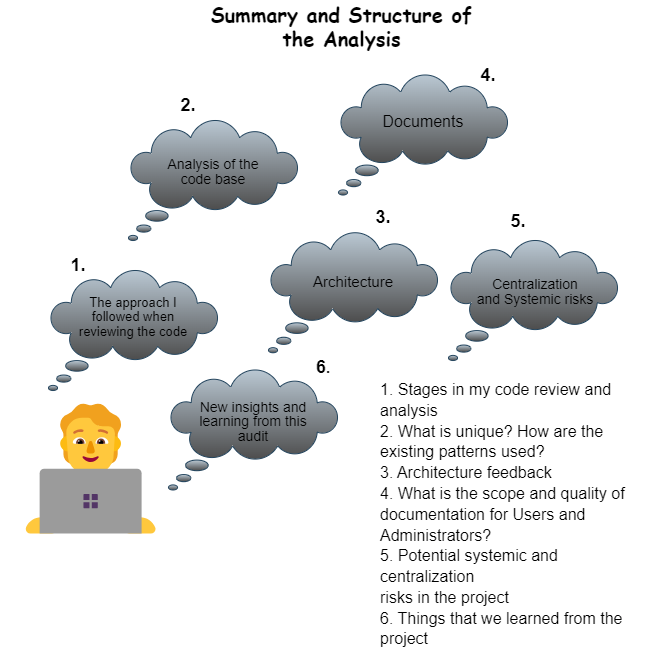
This is Dopex2.drawio.png from catellaTech/dopex, a draw.io export, as it was before one commit. Source tidied: cells renumbered, new cells last; positions are measured from the earlier drawing's top-left corner, leaving out a move shared by most shapes.
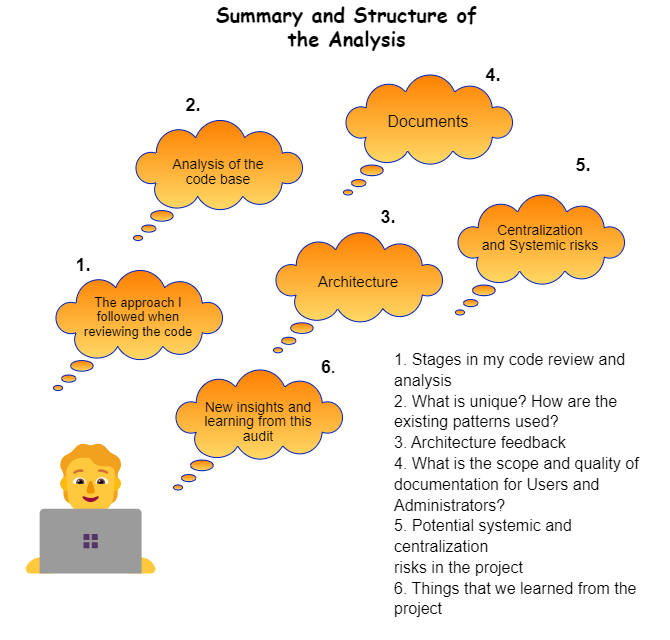
Later version of the same file.

The edit, as a diff of the source:
```diff
@@ -3,9 +3,9 @@
     <mxCell id="0" />
     <mxCell id="1" parent="0" />
     <mxCell id="2" value="&lt;span style=&quot;font-size: 132px;&quot;&gt;🧑‍💻&lt;/span&gt;" style="text;html=1;strokeColor=none;fillColor=none;align=center;verticalAlign=middle;whiteSpace=wrap;rounded=0;" parent="1" vertex="1">
-      <mxGeometry y="400" width="135" height="140" as="geometry" />
+      <mxGeometry x="-5" y="440" width="135" height="140" as="geometry" />
     </mxCell>
-    <mxCell id="3" style="whiteSpace=wrap;html=1;shape=mxgraph.basic.cloud_callout;fillColor=#bac8d3;strokeColor=#23445d;gradientColor=#4D4D4D;" parent="1" vertex="1">
+    <mxCell id="3" style="whiteSpace=wrap;html=1;shape=mxgraph.basic.cloud_callout;fillColor=#FF8000;strokeColor=#001DBC;fontColor=#ffffff;gradientColor=#FFD966;" parent="1" vertex="1">
       <mxGeometry x="25" y="270" width="170" height="120" as="geometry" />
     </mxCell>
     <mxCell id="4" value="&lt;font size=&quot;1&quot; style=&quot;&quot; face=&quot;Comic Sans MS&quot;&gt;&lt;b style=&quot;font-size: 20px;&quot;&gt;Summary and Structure of the Analysis&lt;/b&gt;&lt;/font&gt;" style="text;html=1;strokeColor=none;fillColor=none;align=center;verticalAlign=middle;whiteSpace=wrap;rounded=0;" parent="1" vertex="1">
@@ -17,7 +17,7 @@
     <mxCell id="6" value="&lt;font size=&quot;1&quot; style=&quot;&quot;&gt;&lt;b style=&quot;font-size: 18px;&quot;&gt;1.&lt;/b&gt;&lt;/font&gt;" style="text;html=1;strokeColor=none;fillColor=none;align=center;verticalAlign=middle;whiteSpace=wrap;rounded=0;" parent="1" vertex="1">
       <mxGeometry x="25" y="250" width="60" height="30" as="geometry" />
     </mxCell>
-    <mxCell id="7" style="whiteSpace=wrap;html=1;shape=mxgraph.basic.cloud_callout;fillColor=#bac8d3;strokeColor=#23445d;gradientColor=#4D4D4D;" parent="1" vertex="1">
+    <mxCell id="7" style="whiteSpace=wrap;html=1;shape=mxgraph.basic.cloud_callout;fillColor=#FF8000;strokeColor=#001DBC;gradientColor=#FFD966;fontColor=#ffffff;" parent="1" vertex="1">
       <mxGeometry x="105" y="120" width="170" height="120" as="geometry" />
     </mxCell>
     <mxCell id="8" value="&lt;p style=&quot;line-height: 110%;&quot;&gt;&lt;font style=&quot;font-size: 14px;&quot;&gt;Analysis of the code base&lt;/font&gt;&lt;br&gt;&lt;/p&gt;" style="text;html=1;strokeColor=none;fillColor=none;align=center;verticalAlign=middle;whiteSpace=wrap;rounded=0;" parent="1" vertex="1">
@@ -26,7 +26,7 @@
     <mxCell id="9" value="&lt;font size=&quot;1&quot; style=&quot;&quot;&gt;&lt;b style=&quot;font-size: 18px;&quot;&gt;2.&lt;/b&gt;&lt;/font&gt;" style="text;html=1;strokeColor=none;fillColor=none;align=center;verticalAlign=middle;whiteSpace=wrap;rounded=0;" parent="1" vertex="1">
       <mxGeometry x="135" y="90" width="60" height="30" as="geometry" />
     </mxCell>
-    <mxCell id="10" style="whiteSpace=wrap;html=1;shape=mxgraph.basic.cloud_callout;fillColor=#bac8d3;strokeColor=#23445d;gradientColor=#4D4D4D;" parent="1" vertex="1">
+    <mxCell id="10" style="whiteSpace=wrap;html=1;shape=mxgraph.basic.cloud_callout;fillColor=#FF8000;strokeColor=#001DBC;gradientColor=#FFD966;fontColor=#ffffff;" parent="1" vertex="1">
       <mxGeometry x="245" y="232.2" width="170" height="120" as="geometry" />
     </mxCell>
     <mxCell id="11" value="&lt;p style=&quot;line-height: 110%;&quot;&gt;&lt;font style=&quot;font-size: 15px;&quot;&gt;Architecture&lt;/font&gt;&lt;br&gt;&lt;/p&gt;" style="text;html=1;strokeColor=none;fillColor=none;align=center;verticalAlign=middle;whiteSpace=wrap;rounded=0;" parent="1" vertex="1">
@@ -35,7 +35,7 @@
     <mxCell id="12" value="&lt;font size=&quot;1&quot; style=&quot;&quot;&gt;&lt;b style=&quot;font-size: 18px;&quot;&gt;3.&lt;/b&gt;&lt;/font&gt;" style="text;html=1;strokeColor=none;fillColor=none;align=center;verticalAlign=middle;whiteSpace=wrap;rounded=0;" parent="1" vertex="1">
       <mxGeometry x="330" y="202.2" width="60" height="30" as="geometry" />
     </mxCell>
-    <mxCell id="13" style="whiteSpace=wrap;html=1;shape=mxgraph.basic.cloud_callout;fillColor=#bac8d3;strokeColor=#23445d;gradientColor=#4D4D4D;" parent="1" vertex="1">
+    <mxCell id="13" style="whiteSpace=wrap;html=1;shape=mxgraph.basic.cloud_callout;fillColor=#FF8000;strokeColor=#001DBC;gradientColor=#FFD966;fontColor=#ffffff;" parent="1" vertex="1">
       <mxGeometry x="315" y="74.5" width="170" height="120" as="geometry" />
     </mxCell>
     <mxCell id="14" value="&lt;p style=&quot;line-height: 110%;&quot;&gt;&lt;font style=&quot;font-size: 16px;&quot;&gt;Documents&lt;/font&gt;&lt;br&gt;&lt;/p&gt;" style="text;html=1;strokeColor=none;fillColor=none;align=center;verticalAlign=middle;whiteSpace=wrap;rounded=0;" parent="1" vertex="1">
@@ -44,16 +44,16 @@
     <mxCell id="15" value="&lt;font size=&quot;1&quot; style=&quot;&quot;&gt;&lt;b style=&quot;font-size: 18px;&quot;&gt;4.&lt;/b&gt;&lt;/font&gt;" style="text;html=1;strokeColor=none;fillColor=none;align=center;verticalAlign=middle;whiteSpace=wrap;rounded=0;" parent="1" vertex="1">
       <mxGeometry x="435" y="60" width="60" height="30" as="geometry" />
     </mxCell>
-    <mxCell id="16" style="whiteSpace=wrap;html=1;shape=mxgraph.basic.cloud_callout;fillColor=#bac8d3;strokeColor=#23445d;gradientColor=#4D4D4D;" parent="1" vertex="1">
-      <mxGeometry x="425" y="240" width="170" height="120" as="geometry" />
+    <mxCell id="16" style="whiteSpace=wrap;html=1;shape=mxgraph.basic.cloud_callout;fillColor=#FF8000;strokeColor=#001DBC;gradientColor=#FFD966;fontColor=#ffffff;" parent="1" vertex="1">
+      <mxGeometry x="427" y="194.5" width="170" height="120" as="geometry" />
     </mxCell>
     <mxCell id="17" value="&lt;p style=&quot;line-height: 110%;&quot;&gt;&lt;font style=&quot;font-size: 14px;&quot;&gt;Centralization and&amp;nbsp;Systemic risks&lt;/font&gt;&lt;br&gt;&lt;/p&gt;" style="text;html=1;strokeColor=none;fillColor=none;align=center;verticalAlign=middle;whiteSpace=wrap;rounded=0;" parent="1" vertex="1">
-      <mxGeometry x="452" y="270" width="120" height="44.5" as="geometry" />
+      <mxGeometry x="452" y="215.5" width="120" height="44.5" as="geometry" />
     </mxCell>
     <mxCell id="18" value="&lt;font size=&quot;1&quot; style=&quot;&quot;&gt;&lt;b style=&quot;font-size: 18px;&quot;&gt;5.&lt;/b&gt;&lt;/font&gt;" style="text;html=1;strokeColor=none;fillColor=none;align=center;verticalAlign=middle;whiteSpace=wrap;rounded=0;" parent="1" vertex="1">
-      <mxGeometry x="465" y="205.5" width="60" height="30" as="geometry" />
+      <mxGeometry x="525" y="150" width="60" height="30" as="geometry" />
     </mxCell>
-    <mxCell id="19" style="whiteSpace=wrap;html=1;shape=mxgraph.basic.cloud_callout;fillColor=#bac8d3;strokeColor=#23445d;gradientColor=#4D4D4D;" parent="1" vertex="1">
+    <mxCell id="19" style="whiteSpace=wrap;html=1;shape=mxgraph.basic.cloud_callout;fillColor=#FF8000;strokeColor=#001DBC;gradientColor=#FFD966;fontColor=#ffffff;" parent="1" vertex="1">
       <mxGeometry x="145" y="369.5" width="170" height="120" as="geometry" />
     </mxCell>
     <mxCell id="20" value="&lt;font style=&quot;&quot;&gt;&lt;b style=&quot;&quot;&gt;&lt;font style=&quot;font-size: 18px;&quot;&gt;6&lt;/font&gt;&lt;span style=&quot;font-size: 15px;&quot;&gt;.&lt;/span&gt;&lt;/b&gt;&lt;/font&gt;" style="text;html=1;strokeColor=none;fillColor=none;align=center;verticalAlign=middle;whiteSpace=wrap;rounded=0;" parent="1" vertex="1">
@@ -63,7 +63,7 @@
       <mxGeometry x="170" y="400" width="120" height="44.5" as="geometry" />
     </mxCell>
     <mxCell id="22" value="&lt;div style=&quot;text-align: left; font-size: 16px; line-height: 130%;&quot;&gt;&lt;font style=&quot;font-size: 16px;&quot;&gt;&lt;span style=&quot;background-color: initial;&quot;&gt;1.&amp;nbsp;&lt;/span&gt;&lt;span style=&quot;background-color: initial;&quot;&gt;Stages in my code review and analysis&lt;/span&gt;&lt;/font&gt;&lt;/div&gt;&lt;div style=&quot;text-align: left; font-size: 16px; line-height: 130%;&quot;&gt;&lt;font style=&quot;font-size: 16px;&quot;&gt;&lt;span style=&quot;background-color: initial;&quot;&gt;2.&amp;nbsp;&lt;/span&gt;&lt;span style=&quot;background-color: initial;&quot;&gt;What is unique? How are the existing patterns used?&lt;/span&gt;&lt;/font&gt;&lt;/div&gt;&lt;div style=&quot;text-align: left; font-size: 16px; line-height: 130%;&quot;&gt;&lt;font style=&quot;font-size: 16px;&quot;&gt;&lt;span style=&quot;background-color: initial;&quot;&gt;3.&amp;nbsp;&lt;/span&gt;&lt;span style=&quot;background-color: initial;&quot;&gt;Architecture feedback&lt;/span&gt;&lt;/font&gt;&lt;/div&gt;&lt;div style=&quot;text-align: left; font-size: 16px; line-height: 130%;&quot;&gt;&lt;font style=&quot;font-size: 16px;&quot;&gt;&lt;span style=&quot;background-color: initial;&quot;&gt;4.&amp;nbsp;&lt;/span&gt;&lt;span style=&quot;background-color: initial;&quot;&gt;What is the scope and quality of documentation for Users and Administrators?&lt;/span&gt;&lt;/font&gt;&lt;/div&gt;&lt;div style=&quot;text-align: left; font-size: 16px; line-height: 130%;&quot;&gt;&lt;font style=&quot;font-size: 16px;&quot;&gt;&lt;span style=&quot;background-color: initial;&quot;&gt;5.&amp;nbsp;Potential systemic and c&lt;/span&gt;&lt;span style=&quot;background-color: initial;&quot;&gt;entralization&amp;nbsp;&lt;/span&gt;&lt;/font&gt;&lt;/div&gt;&lt;div style=&quot;text-align: left; font-size: 16px; line-height: 130%;&quot;&gt;&lt;span style=&quot;background-color: initial;&quot;&gt;&lt;font style=&quot;font-size: 16px;&quot;&gt;risks in the project&lt;/font&gt;&lt;/span&gt;&lt;/div&gt;&lt;div style=&quot;text-align: left; font-size: 16px; line-height: 130%;&quot;&gt;&lt;font style=&quot;font-size: 16px;&quot;&gt;&lt;span style=&quot;background-color: initial;&quot;&gt;6.&amp;nbsp;&lt;/span&gt;&lt;span style=&quot;background-color: initial;&quot;&gt;Things that we learned from the project&lt;/span&gt;&lt;/font&gt;&lt;/div&gt;&lt;div style=&quot;text-align: left; font-size: 16px; line-height: 130%;&quot;&gt;&lt;span style=&quot;background-color: initial;&quot;&gt;&lt;font style=&quot;font-size: 16px;&quot;&gt;&amp;nbsp;&lt;/font&gt;&lt;/span&gt;&lt;/div&gt;" style="text;html=1;strokeColor=none;fillColor=none;align=center;verticalAlign=middle;whiteSpace=wrap;rounded=0;" parent="1" vertex="1">
-      <mxGeometry x="356.5" y="400" width="277" height="250" as="geometry" />
+      <mxGeometry x="365" y="369.5" width="277" height="250" as="geometry" />
     </mxCell>
   </root>
 </mxGraphModel>
```
